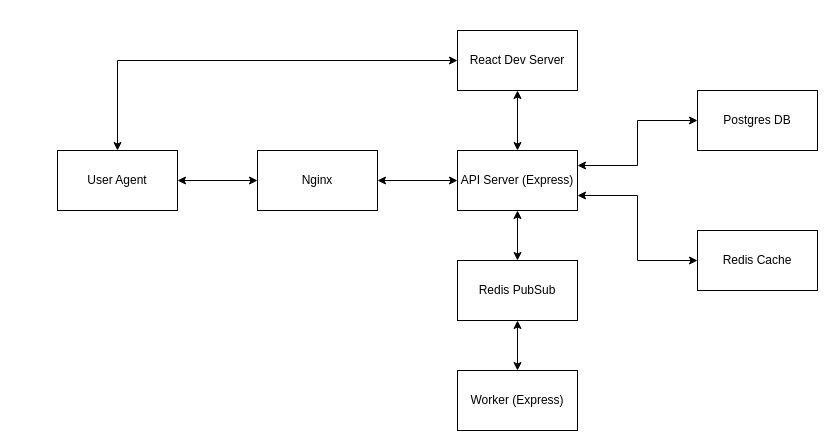
Before: components.drawio in JEFFTIMES/muilt-ctnr-app, a draw.io diagram. Source tidied: cells renumbered, new cells numbered last; positions are measured from the earlier drawing's top-left corner, leaving out a move shared by most shapes. Both pictures are drawn from the tidied source at 100%, with x=0, y=0 at pixel (57, 30).
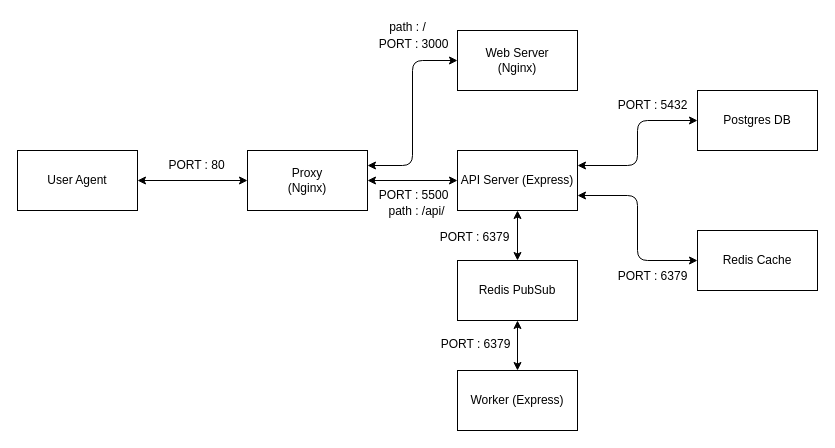
After the change.

Unchanged cells that the change refers to:
```xml
<mxCell id="12" value="API Server (Express)" style="rounded=0;whiteSpace=wrap;html=1;" parent="1" vertex="1">
  <mxGeometry x="400" y="120" width="120" height="60" as="geometry" />
</mxCell>
<mxCell id="15" value="Postgres DB" style="rounded=0;whiteSpace=wrap;html=1;" parent="1" vertex="1">
  <mxGeometry x="640" y="60" width="120" height="60" as="geometry" />
</mxCell>
<mxCell id="16" value="Redis Cache" style="rounded=0;whiteSpace=wrap;html=1;" parent="1" vertex="1">
  <mxGeometry x="640" y="200" width="120" height="60" as="geometry" />
</mxCell>
```

The edit, as a diff of the source:
```diff
@@
     <mxCell id="3" value="User Agent" style="rounded=0;whiteSpace=wrap;html=1;" parent="1" vertex="1">
-      <mxGeometry y="120" width="120" height="60" as="geometry" />
+      <mxGeometry x="-40" y="120" width="120" height="60" as="geometry" />
     </mxCell>
-    <mxCell id="4" style="edgeStyle=orthogonalEdgeStyle;rounded=0;jettySize=auto;html=1;exitX=0.5;exitY=0;exitDx=0;exitDy=0;entryX=0;entryY=0.5;entryDx=0;entryDy=0;startArrow=classic;startFill=1;" parent="1" edge="1" source="3" target="8">
-      <mxGeometry relative="1" as="geometry" />
-    </mxCell>
@@
+    <mxCell id="18" style="edgeStyle=elbowEdgeStyle;html=1;exitX=1;exitY=0.25;exitDx=0;exitDy=0;entryX=0;entryY=0.5;entryDx=0;entryDy=0;startArrow=classic;startFill=1;rounded=1;" parent="1" edge="1" source="6" target="8">
+      <mxGeometry relative="1" as="geometry" />
+    </mxCell>
-    <mxCell id="6" value="Nginx" style="rounded=0;whiteSpace=wrap;html=1;" parent="1" vertex="1">
-      <mxGeometry x="200" y="120" width="120" height="60" as="geometry" />
+    <mxCell id="6" value="Proxy&lt;br&gt;(Nginx)" style="rounded=0;whiteSpace=wrap;html=1;" parent="1" vertex="1">
+      <mxGeometry x="190" y="120" width="120" height="60" as="geometry" />
     </mxCell>
-    <mxCell id="7" style="edgeStyle=orthogonalEdgeStyle;rounded=0;jettySize=auto;html=1;exitX=0.5;exitY=1;exitDx=0;exitDy=0;startArrow=classic;startFill=1;" parent="1" edge="1" source="8" target="12">
-      <mxGeometry relative="1" as="geometry" />
-    </mxCell>
-    <mxCell id="8" value="React Dev Server" style="rounded=0;whiteSpace=wrap;html=1;" parent="1" vertex="1">
+    <mxCell id="8" value="Web Server&lt;br&gt;(Nginx)" style="rounded=0;whiteSpace=wrap;html=1;" parent="1" vertex="1">
       <mxGeometry x="400" width="120" height="60" as="geometry" />
     </mxCell>
@@
-    <mxCell id="10" style="edgeStyle=orthogonalEdgeStyle;rounded=0;jettySize=auto;html=1;exitX=1;exitY=0.25;exitDx=0;exitDy=0;entryX=0;entryY=0.5;entryDx=0;entryDy=0;startArrow=classic;startFill=1;" parent="1" edge="1" source="12" target="15">
+    <mxCell id="10" style="edgeStyle=orthogonalEdgeStyle;rounded=1;jettySize=auto;html=1;exitX=1;exitY=0.25;exitDx=0;exitDy=0;entryX=0;entryY=0.5;entryDx=0;entryDy=0;startArrow=classic;startFill=1;" parent="1" edge="1" source="12" target="15">
       <mxGeometry relative="1" as="geometry" />
     </mxCell>
-    <mxCell id="11" style="edgeStyle=orthogonalEdgeStyle;rounded=0;jettySize=auto;html=1;exitX=1;exitY=0.75;exitDx=0;exitDy=0;entryX=0;entryY=0.5;entryDx=0;entryDy=0;startArrow=classic;startFill=1;" parent="1" edge="1" source="12" target="16">
+    <mxCell id="11" style="edgeStyle=orthogonalEdgeStyle;rounded=1;jettySize=auto;html=1;exitX=1;exitY=0.75;exitDx=0;exitDy=0;entryX=0;entryY=0.5;entryDx=0;entryDy=0;startArrow=classic;startFill=1;" parent="1" edge="1" source="12" target="16">
       <mxGeometry relative="1" as="geometry" />
     </mxCell>
@@
+    <mxCell id="19" value="PORT : 3000" style="text;html=1;align=center;verticalAlign=middle;strokeColor=none;fillColor=none;" parent="1" vertex="1">
+      <mxGeometry x="311" y="4" width="90" height="20" as="geometry" />
+    </mxCell>
+    <mxCell id="20" value="PORT : 5500" style="text;html=1;align=center;verticalAlign=middle;strokeColor=none;fillColor=none;" parent="1" vertex="1">
+      <mxGeometry x="311" y="155" width="90" height="20" as="geometry" />
+    </mxCell>
+    <mxCell id="21" value="PORT : 5432" style="text;html=1;align=center;verticalAlign=middle;strokeColor=none;fillColor=none;" parent="1" vertex="1">
+      <mxGeometry x="550" y="65" width="90" height="20" as="geometry" />
+    </mxCell>
+    <mxCell id="22" value="PORT : 6379" style="text;html=1;align=center;verticalAlign=middle;strokeColor=none;fillColor=none;" parent="1" vertex="1">
+      <mxGeometry x="550" y="236" width="90" height="20" as="geometry" />
+    </mxCell>
+    <mxCell id="23" value="PORT : 6379" style="text;html=1;align=center;verticalAlign=middle;strokeColor=none;fillColor=none;" parent="1" vertex="1">
+      <mxGeometry x="372" y="197" width="90" height="20" as="geometry" />
+    </mxCell>
+    <mxCell id="24" value="PORT : 6379" style="text;html=1;align=center;verticalAlign=middle;strokeColor=none;fillColor=none;" parent="1" vertex="1">
+      <mxGeometry x="373" y="304" width="90" height="20" as="geometry" />
+    </mxCell>
+    <mxCell id="25" value="PORT : 80" style="text;html=1;align=center;verticalAlign=middle;strokeColor=none;fillColor=none;" parent="1" vertex="1">
+      <mxGeometry x="104" y="125" width="70" height="20" as="geometry" />
+    </mxCell>
+    <mxCell id="26" value="path : /" style="text;html=1;align=center;verticalAlign=middle;strokeColor=none;fillColor=none;" parent="1" vertex="1">
+      <mxGeometry x="325" y="-13" width="50" height="20" as="geometry" />
+    </mxCell>
+    <mxCell id="27" value="path : /api/" style="text;html=1;align=center;verticalAlign=middle;strokeColor=none;fillColor=none;" parent="1" vertex="1">
+      <mxGeometry x="324" y="171" width="70" height="20" as="geometry" />
+    </mxCell>
```
